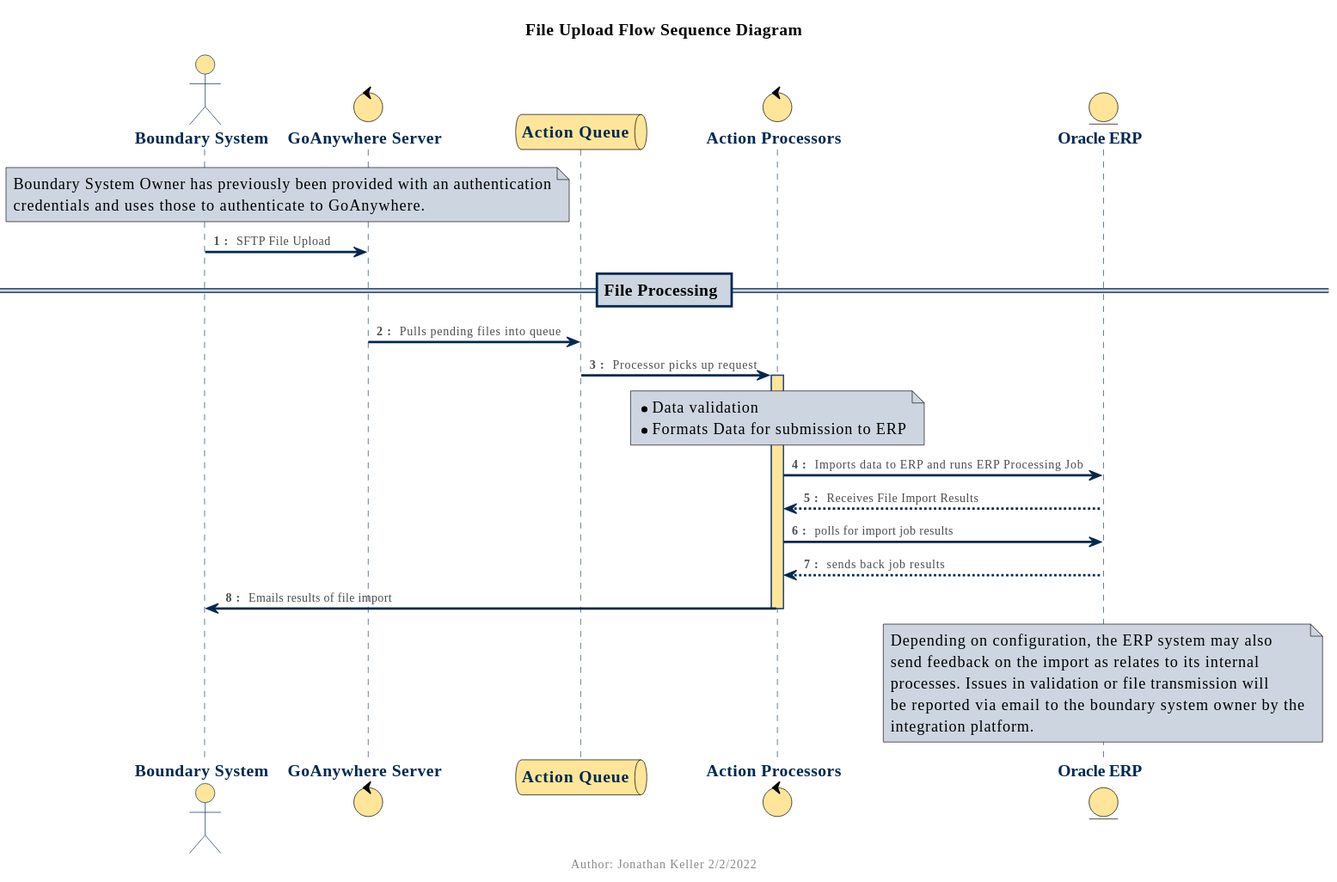
The PlantUML diagram docs/3.2 Oracle ERP Data Server/3.2.5 File Based Action Requests/file-upload-flow.svg in ucdavis-adminit/erp-api-docs, before a commit. The source it was exported from:
```plantuml
@startuml file-upload-flow

!include ucd_style.iuml

title File Upload Flow Sequence Diagram
center footer Author: Jonathan Keller 2/2/2022

actor    "Boundary System"     as BS
control  "GoAnywhere Server"   as goa
queue    "Action Queue"        as kafka
control  "Action Processors"   as processor
entity   "Oracle ERP"          as erp

note over BS, goa
  Boundary System Owner has previously been provided with an authentication
  credentials and uses those to authenticate to GoAnywhere.
end note

autonumber 1 1 "<b>## : </b>"
BS -> goa : SFTP File Upload

== File Processing ==

goa -> kafka : Pulls pending files into queue
kafka -> processor ++ : Processor picks up request
note over processor
  * Data validation
  * Formats Data for submission to ERP
end note
processor -> erp : Imports data to ERP and runs ERP Processing Job
erp --> processor : Receives File Import Results
processor -> erp : polls for import job results
erp --> processor : sends back job results
processor -> BS -- : Emails results of file import
note over erp
  Depending on configuration, the ERP system may also
  send feedback on the import as relates to its internal
  processes.  Issues in validation or file transmission will
  be reported via email to the boundary system owner by the
  integration platform.
end note

@enduml
```
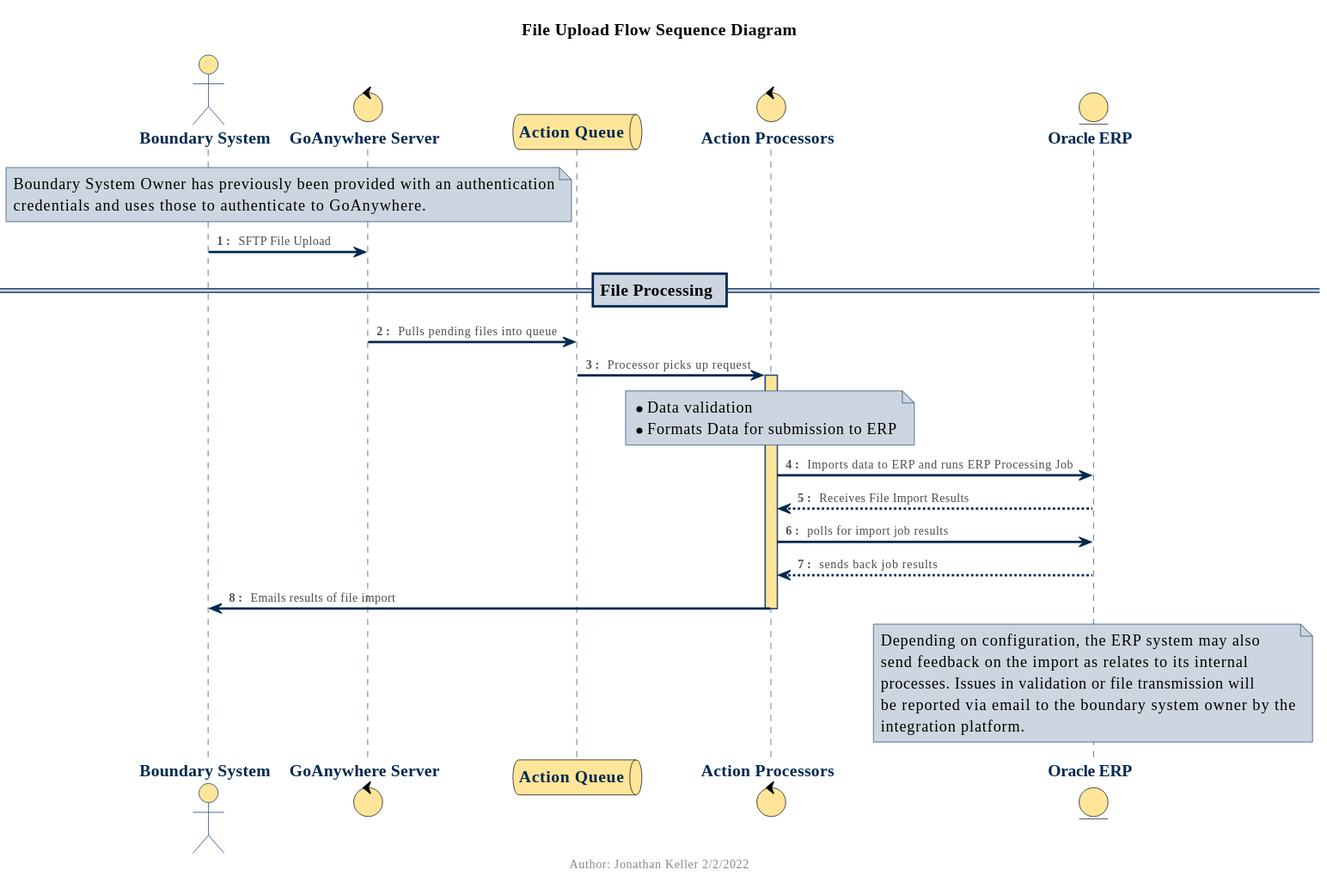
Above is the later version.

What changed in the source:
```diff
@@ -1,5 +1,4 @@
-@startuml file-upload-flow
-
+@startuml
 !include ucd_style.iuml
 
 title File Upload Flow Sequence Diagram
@@ -39,5 +38,4 @@
   be reported via email to the boundary system owner by the
   integration platform.
 end note
-
 @enduml
```
